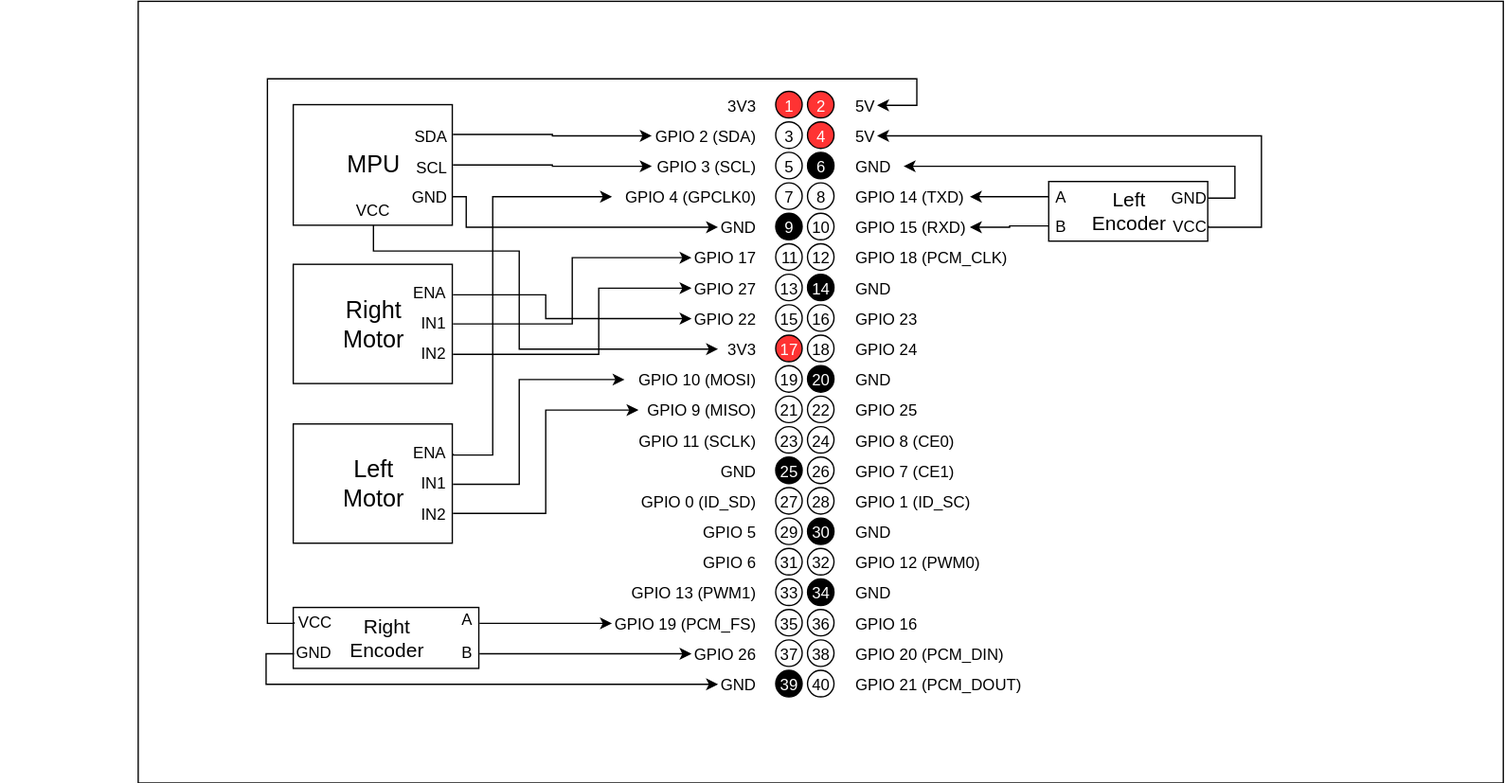
Earlier version of the draw.io export pinout.drawio.svg (jschirrmacher/zerberus). Source tidied: cells renumbered, new cells last; positions are measured from the earlier drawing's top-left corner, leaving out a move shared by most shapes.
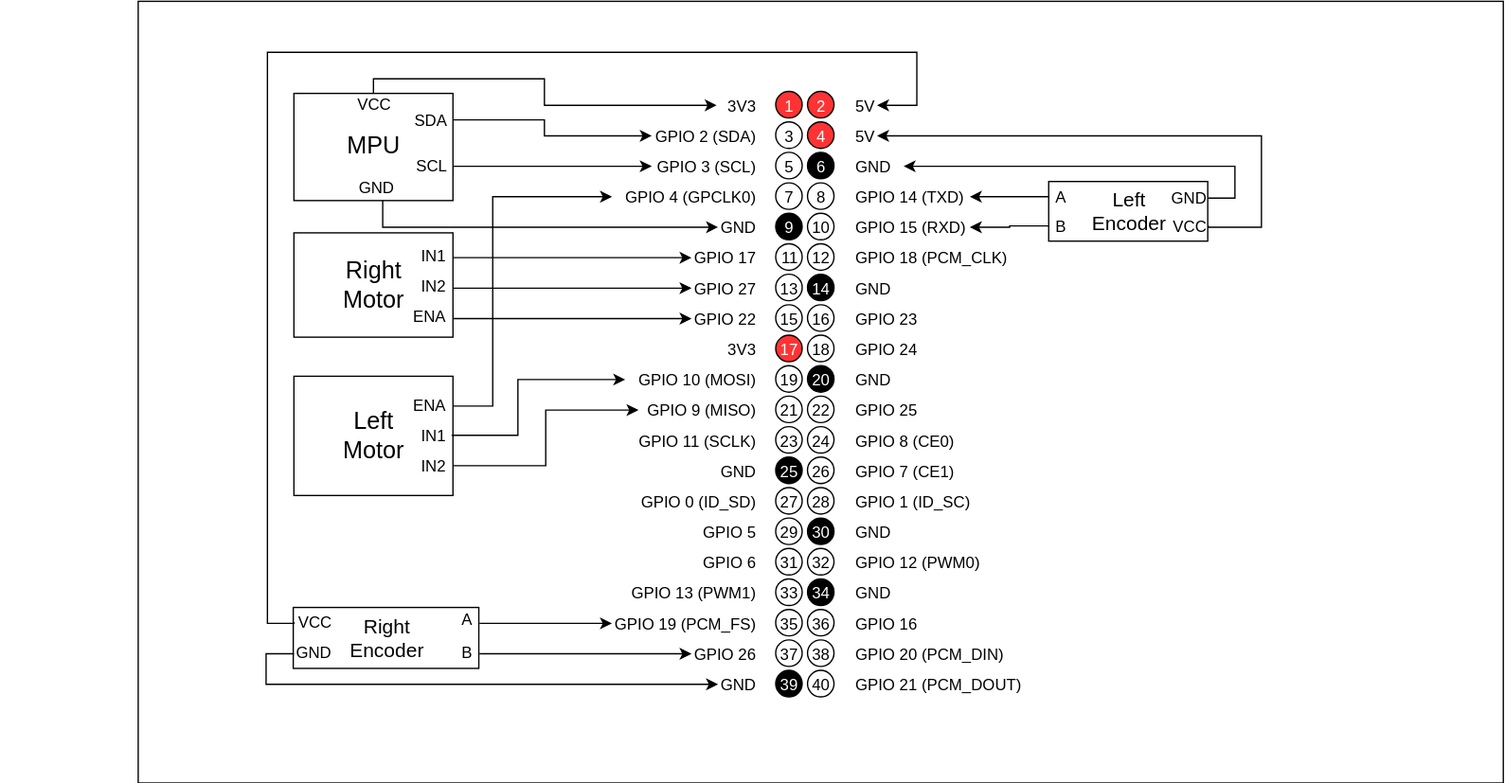
After the commit.

Commit message:
Reduce overlaps

The edit, as a diff of the source:
```diff
@@ -126,7 +126,7 @@
       <mxGeometry x="608.5" y="504.5" width="20" height="20" as="geometry" />
     </mxCell>
     <mxCell id="43" value="3V3" style="text;html=1;strokeColor=none;fillColor=none;align=right;verticalAlign=middle;whiteSpace=wrap;rounded=0;" parent="1" vertex="1">
-      <mxGeometry x="460.5" y="67.5" width="110" height="20" as="geometry" />
+      <mxGeometry x="540" y="68" width="31" height="20" as="geometry" />
     </mxCell>
     <mxCell id="44" value="GPIO 2 (SDA)" style="text;html=1;strokeColor=none;fillColor=none;align=right;verticalAlign=middle;whiteSpace=wrap;rounded=0;" parent="1" vertex="1">
       <mxGeometry x="490.5" y="90.5" width="80" height="20" as="geometry" />
@@ -240,25 +240,33 @@
       <mxGeometry x="642.5" y="90.5" width="18" height="20" as="geometry" />
     </mxCell>
     <mxCell id="81" style="edgeStyle=orthogonalEdgeStyle;rounded=0;jettySize=auto;html=1;exitX=1;exitY=0.25;exitDx=0;exitDy=0;entryX=0;entryY=0.5;entryDx=0;entryDy=0;fontColor=#FFFFFF;" parent="1" edge="1" source="88" target="44">
-      <mxGeometry relative="1" as="geometry" />
+      <mxGeometry relative="1" as="geometry">
+        <Array as="points">
+          <mxPoint x="410" y="89" />
+          <mxPoint x="410" y="101" />
+        </Array>
+      </mxGeometry>
     </mxCell>
-    <mxCell id="82" style="edgeStyle=orthogonalEdgeStyle;rounded=0;jettySize=auto;html=1;exitX=1;exitY=0.5;exitDx=0;exitDy=0;entryX=0;entryY=0.5;entryDx=0;entryDy=0;fontColor=#FFFFFF;" parent="1" edge="1" source="88" target="45">
-      <mxGeometry relative="1" as="geometry" />
+    <mxCell id="82" style="edgeStyle=orthogonalEdgeStyle;rounded=0;jettySize=auto;html=1;exitX=1;exitY=0.75;exitDx=0;exitDy=0;entryX=0;entryY=0.5;entryDx=0;entryDy=0;fontColor=#FFFFFF;" parent="1" edge="1" source="88" target="45">
+      <mxGeometry relative="1" as="geometry">
+        <Array as="points">
+          <mxPoint x="341" y="124" />
+        </Array>
+      </mxGeometry>
     </mxCell>
-    <mxCell id="83" style="edgeStyle=orthogonalEdgeStyle;rounded=0;jettySize=auto;html=1;exitX=1;exitY=0.5;exitDx=0;exitDy=0;entryX=0;entryY=0.5;entryDx=0;entryDy=0;fontColor=#FFFFFF;" parent="1" edge="1" source="91" target="96">
+    <mxCell id="83" style="edgeStyle=orthogonalEdgeStyle;rounded=0;jettySize=auto;html=1;exitX=0.75;exitY=1;exitDx=0;exitDy=0;entryX=0;entryY=0.5;entryDx=0;entryDy=0;fontColor=#FFFFFF;" parent="1" edge="1" source="91" target="96">
       <mxGeometry relative="1" as="geometry">
         <Array as="points">
-          <mxPoint x="350.5" y="146.5" />
-          <mxPoint x="350.5" y="169.5" />
+          <mxPoint x="288" y="170" />
         </Array>
       </mxGeometry>
     </mxCell>
-    <mxCell id="84" style="edgeStyle=orthogonalEdgeStyle;rounded=0;jettySize=auto;html=1;exitX=0.5;exitY=1;exitDx=0;exitDy=0;entryX=0;entryY=0.5;entryDx=0;entryDy=0;fontColor=#FFFFFF;" parent="1" edge="1" source="92" target="95">
+    <mxCell id="84" style="edgeStyle=orthogonalEdgeStyle;rounded=0;jettySize=auto;html=1;exitX=0.5;exitY=1;exitDx=0;exitDy=0;fontColor=#FFFFFF;" parent="1" edge="1" source="92" target="43">
       <mxGeometry relative="1" as="geometry">
         <Array as="points">
-          <mxPoint x="280.5" y="187.5" />
-          <mxPoint x="390.5" y="187.5" />
-          <mxPoint x="390.5" y="261.5" />
+          <mxPoint x="281" y="58" />
+          <mxPoint x="410" y="58" />
+          <mxPoint x="410" y="78" />
         </Array>
       </mxGeometry>
     </mxCell>
@@ -269,22 +277,22 @@
       <mxGeometry relative="1" as="geometry" />
     </mxCell>
     <mxCell id="87" style="group;" parent="1" vertex="1">
-      <mxGeometry x="220.5" y="77.5" width="120" height="90" as="geometry" />
+      <mxGeometry x="221" y="69" width="120" height="80" as="geometry" />
     </mxCell>
     <mxCell id="88" value="&lt;font color=&quot;#000000&quot; style=&quot;font-size: 18px&quot;&gt;MPU&lt;/font&gt;" style="rounded=0;whiteSpace=wrap;html=1;fillColor=#ffffff;fontColor=#FFFFFF;align=center;" parent="87" vertex="1">
-      <mxGeometry width="120" height="91" as="geometry" />
+      <mxGeometry width="120" height="80.9" as="geometry" />
     </mxCell>
     <mxCell id="89" value="&lt;font color=&quot;#000000&quot;&gt;SCL&lt;/font&gt;" style="text;html=1;strokeColor=none;fillColor=none;align=right;verticalAlign=middle;whiteSpace=wrap;rounded=0;fontColor=#FFFFFF;" parent="87" vertex="1">
-      <mxGeometry x="77" y="37" width="40" height="20" as="geometry" />
+      <mxGeometry x="77" y="44.9" width="40" height="17.8" as="geometry" />
     </mxCell>
     <mxCell id="90" value="&lt;font color=&quot;#000000&quot;&gt;SDA&lt;/font&gt;" style="text;html=1;strokeColor=none;fillColor=none;align=right;verticalAlign=middle;whiteSpace=wrap;rounded=0;fontColor=#FFFFFF;" parent="87" vertex="1">
-      <mxGeometry x="77" y="13" width="40" height="20" as="geometry" />
+      <mxGeometry x="77" y="11.6" width="40" height="17.8" as="geometry" />
     </mxCell>
     <mxCell id="91" value="&lt;font color=&quot;#000000&quot;&gt;GND&lt;/font&gt;" style="text;html=1;strokeColor=none;fillColor=none;align=right;verticalAlign=middle;whiteSpace=wrap;rounded=0;fontColor=#FFFFFF;" parent="87" vertex="1">
-      <mxGeometry x="77" y="59" width="40" height="20" as="geometry" />
+      <mxGeometry x="37" y="62.4" width="40" height="17.8" as="geometry" />
     </mxCell>
     <mxCell id="92" value="&lt;font color=&quot;#000000&quot;&gt;VCC&lt;/font&gt;" style="text;html=1;strokeColor=none;fillColor=none;align=center;verticalAlign=middle;whiteSpace=wrap;rounded=0;fontColor=#FFFFFF;" parent="87" vertex="1">
-      <mxGeometry x="40" y="69" width="40" height="20" as="geometry" />
+      <mxGeometry x="40" y="-0.9" width="40" height="17.8" as="geometry" />
     </mxCell>
     <mxCell id="93" style="edgeStyle=orthogonalEdgeStyle;rounded=0;jettySize=auto;html=1;exitX=1;exitY=0.25;exitDx=0;exitDy=0;entryX=0;entryY=0.5;entryDx=0;entryDy=0;" parent="1" edge="1" source="103" target="64">
       <mxGeometry relative="1" as="geometry" />
@@ -298,22 +306,14 @@
     <mxCell id="96" value="GND" style="text;html=1;strokeColor=none;fillColor=none;align=right;verticalAlign=middle;whiteSpace=wrap;rounded=0;labelBackgroundColor=#FFFFFF;" parent="1" vertex="1">
       <mxGeometry x="540.5" y="159.5" width="30" height="20" as="geometry" />
     </mxCell>
-    <mxCell id="97" style="edgeStyle=orthogonalEdgeStyle;rounded=0;jettySize=auto;html=1;exitX=1;exitY=0.5;exitDx=0;exitDy=0;" parent="1" edge="1" source="112" target="50">
-      <mxGeometry relative="1" as="geometry">
-        <Array as="points">
-          <mxPoint x="390.5" y="363.5" />
-          <mxPoint x="390.5" y="284.5" />
-        </Array>
-      </mxGeometry>
-    </mxCell>
     <mxCell id="98" style="edgeStyle=orthogonalEdgeStyle;rounded=0;jettySize=auto;html=1;exitX=1;exitY=0.75;exitDx=0;exitDy=0;entryX=0;entryY=0.5;entryDx=0;entryDy=0;" parent="1" edge="1" source="112" target="51">
       <mxGeometry relative="1" as="geometry" />
     </mxCell>
     <mxCell id="99" style="edgeStyle=orthogonalEdgeStyle;rounded=0;jettySize=auto;html=1;exitX=1;exitY=0.25;exitDx=0;exitDy=0;entryX=0;entryY=0.5;entryDx=0;entryDy=0;" parent="1" edge="1" source="112" target="46">
       <mxGeometry relative="1" as="geometry">
         <Array as="points">
-          <mxPoint x="370.5" y="341.5" />
-          <mxPoint x="370.5" y="146.5" />
+          <mxPoint x="371" y="305" />
+          <mxPoint x="371" y="147" />
         </Array>
       </mxGeometry>
     </mxCell>
@@ -342,7 +342,7 @@
       <mxGeometry x="-20" y="13.5" width="30" height="15" as="geometry" />
     </mxCell>
     <mxCell id="108" style="group;" parent="1" vertex="1">
-      <mxGeometry x="220.5" y="336.5" width="120" height="80" as="geometry" />
+      <mxGeometry x="221" y="300.5" width="120" height="80" as="geometry" />
     </mxCell>
     <mxCell id="109" style="group;" parent="108" vertex="1">
       <mxGeometry width="120" height="80" as="geometry" />
@@ -365,49 +365,27 @@
     <mxCell id="115" value="IN2" style="text;html=1;strokeColor=none;fillColor=none;align=right;verticalAlign=middle;whiteSpace=wrap;rounded=0;" parent="111" vertex="1">
       <mxGeometry x="96" y="57" width="20" height="20" as="geometry" />
     </mxCell>
-    <mxCell id="116" style="edgeStyle=orthogonalEdgeStyle;rounded=0;jettySize=auto;html=1;exitX=1;exitY=0.25;exitDx=0;exitDy=0;entryX=0;entryY=0.5;entryDx=0;entryDy=0;" parent="1" edge="1" source="123" target="49">
+    <mxCell id="116" style="edgeStyle=orthogonalEdgeStyle;rounded=0;jettySize=auto;html=1;exitX=1;exitY=0.75;exitDx=0;exitDy=0;entryX=0;entryY=0.5;entryDx=0;entryDy=0;" parent="1" edge="1" source="123" target="49">
       <mxGeometry relative="1" as="geometry">
         <Array as="points">
-          <mxPoint x="410.5" y="220.5" />
-          <mxPoint x="410.5" y="238.5" />
+          <mxPoint x="341" y="239" />
         </Array>
       </mxGeometry>
     </mxCell>
-    <mxCell id="117" style="edgeStyle=orthogonalEdgeStyle;rounded=0;jettySize=auto;html=1;exitX=1;exitY=0.5;exitDx=0;exitDy=0;entryX=0;entryY=0.5;entryDx=0;entryDy=0;" parent="1" edge="1" source="123" target="47">
-      <mxGeometry relative="1" as="geometry" />
+    <mxCell id="117" style="edgeStyle=orthogonalEdgeStyle;rounded=0;jettySize=auto;html=1;exitX=1;exitY=0.5;exitDx=0;exitDy=0;entryX=0;entryY=0.5;entryDx=0;entryDy=0;" parent="1" edge="1" source="124" target="47">
+      <mxGeometry relative="1" as="geometry">
+        <Array as="points">
+          <mxPoint x="337" y="193" />
+        </Array>
+      </mxGeometry>
     </mxCell>
-    <mxCell id="118" style="edgeStyle=orthogonalEdgeStyle;rounded=0;jettySize=auto;html=1;exitX=1;exitY=0.75;exitDx=0;exitDy=0;entryX=0;entryY=0.5;entryDx=0;entryDy=0;" parent="1" edge="1" source="123" target="48">
+    <mxCell id="118" style="edgeStyle=orthogonalEdgeStyle;rounded=0;jettySize=auto;html=1;exitX=1;exitY=0.5;exitDx=0;exitDy=0;entryX=0;entryY=0.5;entryDx=0;entryDy=0;" parent="1" edge="1" source="126" target="48">
       <mxGeometry relative="1" as="geometry">
         <Array as="points">
-          <mxPoint x="450.5" y="265.5" />
-          <mxPoint x="450.5" y="215.5" />
+          <mxPoint x="337" y="216" />
         </Array>
       </mxGeometry>
     </mxCell>
-    <mxCell id="119" style="group;" parent="1" vertex="1">
-      <mxGeometry x="220.5" y="216" width="120" height="80" as="geometry" />
-    </mxCell>
-    <mxCell id="120" style="group;fontSize=16;" parent="119" vertex="1">
-      <mxGeometry width="120" height="80" as="geometry" />
-    </mxCell>
-    <mxCell id="121" style="group;" parent="120" vertex="1">
-      <mxGeometry width="120" height="80" as="geometry" />
-    </mxCell>
-    <mxCell id="122" style="group;" parent="121" vertex="1">
-      <mxGeometry y="-18" width="120" height="90" as="geometry" />
-    </mxCell>
-    <mxCell id="123" value="&lt;font style=&quot;font-size: 18px&quot;&gt;Right&lt;br&gt;Motor&lt;/font&gt;" style="rounded=0;whiteSpace=wrap;html=1;" parent="122" vertex="1">
-      <mxGeometry width="120" height="90" as="geometry" />
-    </mxCell>
-    <mxCell id="124" value="IN1" style="text;html=1;strokeColor=none;fillColor=none;align=right;verticalAlign=middle;whiteSpace=wrap;rounded=0;" parent="122" vertex="1">
-      <mxGeometry x="96" y="34" width="20" height="20" as="geometry" />
-    </mxCell>
-    <mxCell id="125" value="ENA" style="text;html=1;strokeColor=none;fillColor=none;align=right;verticalAlign=middle;whiteSpace=wrap;rounded=0;" parent="122" vertex="1">
-      <mxGeometry x="96" y="11" width="20" height="20" as="geometry" />
-    </mxCell>
-    <mxCell id="126" value="IN2" style="text;html=1;strokeColor=none;fillColor=none;align=right;verticalAlign=middle;whiteSpace=wrap;rounded=0;" parent="122" vertex="1">
-      <mxGeometry x="96" y="57" width="20" height="20" as="geometry" />
-    </mxCell>
     <mxCell id="127" style="edgeStyle=orthogonalEdgeStyle;rounded=0;jettySize=auto;html=1;exitX=0;exitY=0.75;exitDx=0;exitDy=0;entryX=0;entryY=0.5;entryDx=0;entryDy=0;fontSize=12;" parent="1" edge="1" source="103" target="57">
       <mxGeometry relative="1" as="geometry">
         <Array as="points">
@@ -456,12 +434,49 @@
     <mxCell id="137" style="edgeStyle=orthogonalEdgeStyle;rounded=0;jettySize=auto;html=1;exitX=0;exitY=0.5;exitDx=0;exitDy=0;entryX=1;entryY=0.5;entryDx=0;entryDy=0;fontSize=12;" parent="1" edge="1" source="107" target="79">
       <mxGeometry relative="1" as="geometry">
         <Array as="points">
-          <mxPoint x="200.5" y="468.5" />
-          <mxPoint x="200.5" y="57.5" />
-          <mxPoint x="690.5" y="57.5" />
-          <mxPoint x="690.5" y="77.5" />
+          <mxPoint x="221" y="469" />
+          <mxPoint x="201" y="469" />
+          <mxPoint x="201" y="38" />
+          <mxPoint x="691" y="38" />
+          <mxPoint x="691" y="78" />
         </Array>
       </mxGeometry>
     </mxCell>
+    <mxCell id="138" style="group;" parent="1" vertex="1">
+      <mxGeometry x="221" y="198" width="120" height="70" as="geometry" />
+    </mxCell>
+    <mxCell id="119" style="group;" parent="138" vertex="1">
+      <mxGeometry y="-8" width="120" height="70" as="geometry" />
+    </mxCell>
+    <mxCell id="120" style="group;fontSize=16;" parent="119" vertex="1">
+      <mxGeometry width="120" height="70" as="geometry" />
+    </mxCell>
+    <mxCell id="121" style="group;" parent="120" vertex="1">
+      <mxGeometry width="120" height="70" as="geometry" />
+    </mxCell>
+    <mxCell id="122" style="group;" parent="121" vertex="1">
+      <mxGeometry y="-15.8" width="120" height="78.8" as="geometry" />
+    </mxCell>
+    <mxCell id="123" value="&lt;font style=&quot;font-size: 18px&quot;&gt;Right&lt;br&gt;Motor&lt;/font&gt;" style="rounded=0;whiteSpace=wrap;html=1;" parent="122" vertex="1">
+      <mxGeometry width="120" height="78.8" as="geometry" />
+    </mxCell>
+    <mxCell id="124" value="IN1" style="text;html=1;strokeColor=none;fillColor=none;align=right;verticalAlign=middle;whiteSpace=wrap;rounded=0;" parent="122" vertex="1">
+      <mxGeometry x="96" y="7.6" width="20" height="17.5" as="geometry" />
+    </mxCell>
+    <mxCell id="126" value="IN2" style="text;html=1;strokeColor=none;fillColor=none;align=right;verticalAlign=middle;whiteSpace=wrap;rounded=0;" parent="122" vertex="1">
+      <mxGeometry x="96" y="30.6" width="20" height="17.5" as="geometry" />
+    </mxCell>
+    <mxCell id="125" value="ENA" style="text;html=1;strokeColor=none;fillColor=none;align=right;verticalAlign=middle;whiteSpace=wrap;rounded=0;" parent="122" vertex="1">
+      <mxGeometry x="96" y="54.2" width="20" height="17.5" as="geometry" />
+    </mxCell>
+    <mxCell id="139" style="edgeStyle=orthogonalEdgeStyle;rounded=0;jettySize=auto;html=1;entryX=0;entryY=0.5;entryDx=0;entryDy=0;" parent="1" edge="1" target="50">
+      <mxGeometry relative="1" as="geometry">
+        <mxPoint x="340" y="327" as="sourcePoint" />
+        <Array as="points">
+          <mxPoint x="390" y="327" />
+          <mxPoint x="390" y="285" />
+        </Array>
+      </mxGeometry>
+    </mxCell>
   </root>
 </mxGraphModel>
```
